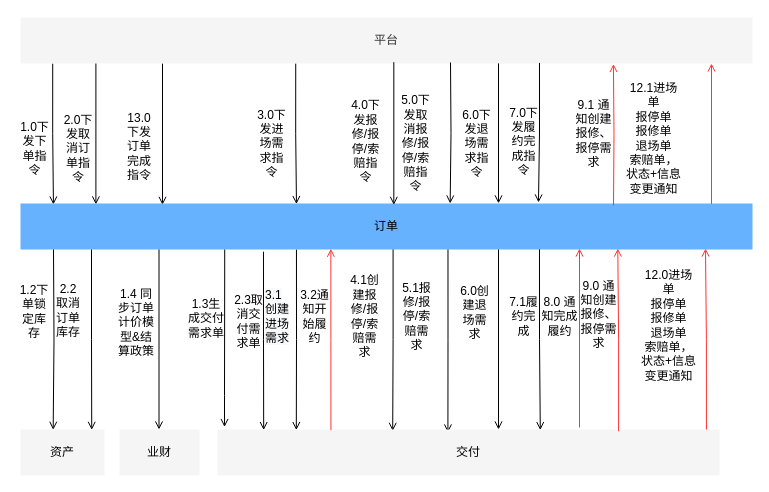
Earlier version of the draw.io diagram page "Copy of Page-29" (33 of 36) of docs/自营重构.drawio (lokiworks/codebase). Source tidied: cells renumbered, new cells numbered last; positions are measured from the earlier drawing's top-left corner, leaving out a move shared by most shapes. Both pictures are drawn from the tidied source at 100%, with x=0, y=0 at pixel (17, 17).
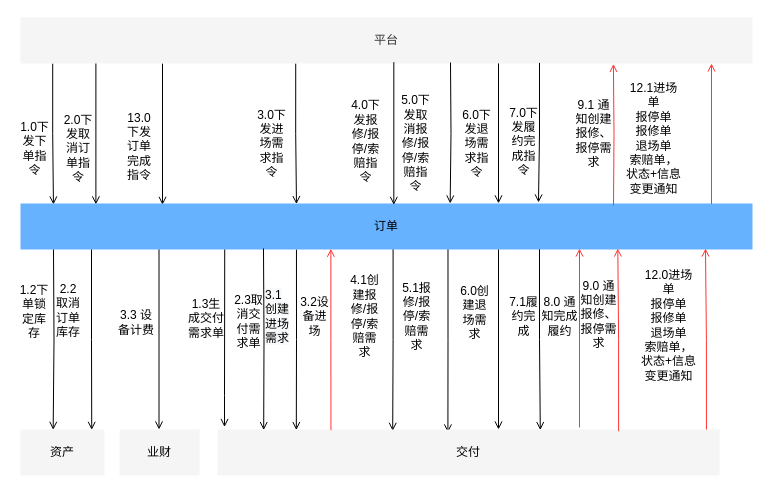
The same diagram, later.

The change refers to these unchanged cells:
```xml
<mxCell id="11" value="&lt;font color=&quot;#000000&quot;&gt;订单&lt;/font&gt;" style="rounded=0;whiteSpace=wrap;html=1;strokeColor=none;fillColor=#66B2FF;fontColor=#ffffff;" parent="1" vertex="1">
  <mxGeometry x="3" y="186" width="732" height="46" as="geometry" />
</mxCell>
<mxCell id="14" value="&lt;font color=&quot;#000000&quot;&gt;交付&lt;/font&gt;" style="rounded=0;whiteSpace=wrap;html=1;strokeColor=none;fillColor=#f5f5f5;fontColor=#333333;" parent="1" vertex="1">
  <mxGeometry x="200" y="412" width="502" height="46" as="geometry" />
</mxCell>
```

What changed in the source:
```diff
@@
-    <mxCell id="26" value="3.2通知开始履约" style="text;html=1;strokeColor=none;fillColor=none;align=center;verticalAlign=middle;whiteSpace=wrap;rounded=0;fontColor=#000000;" parent="1" vertex="1">
+    <mxCell id="26" value="3.2设备进场" style="text;html=1;strokeColor=none;fillColor=none;align=center;verticalAlign=middle;whiteSpace=wrap;rounded=0;fontColor=#000000;" parent="1" vertex="1">
       <mxGeometry x="280" y="271" width="35" height="55" as="geometry" />
     </mxCell>
@@
-    <mxCell id="37" value="1.4 同步订单计价模型&amp;amp;结算政策" style="text;html=1;strokeColor=none;fillColor=none;align=center;verticalAlign=middle;whiteSpace=wrap;rounded=0;fontColor=#000000;" parent="1" vertex="1">
+    <mxCell id="37" value="3.3 设备计费" style="text;html=1;strokeColor=none;fillColor=none;align=center;verticalAlign=middle;whiteSpace=wrap;rounded=0;fontColor=#000000;" parent="1" vertex="1">
       <mxGeometry x="99" y="279" width="40" height="51" as="geometry" />
     </mxCell>
@@
-    <mxCell id="48" style="edgeStyle=orthogonalEdgeStyle;rounded=0;jettySize=auto;html=1;fontColor=#000000;endArrow=open;endFill=0;exitX=0.332;exitY=1.048;exitDx=0;exitDy=0;exitPerimeter=0;entryX=0.092;entryY=0.013;entryDx=0;entryDy=0;entryPerimeter=0;" parent="1" edge="1" source="11" target="14">
-      <mxGeometry relative="1" as="geometry" />
+    <mxCell id="48" style="edgeStyle=orthogonalEdgeStyle;rounded=0;jettySize=auto;html=1;fontColor=#000000;endArrow=open;endFill=0;entryX=0.092;entryY=0.013;entryDx=0;entryDy=0;entryPerimeter=0;" parent="1" edge="1" target="14">
+      <mxGeometry relative="1" as="geometry">
+        <mxPoint x="246" y="231" as="sourcePoint" />
+      </mxGeometry>
     </mxCell>
```
